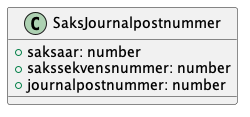
ks-no/fiks-saksfaser-specification keeps this PlantUML diagram as Dokumentasjon/V1/ClassDiagrams/no.ks.fiks.saksfaser.v1.felles.saksjournalpostnummer/classdiagram.png. Above is the earlier version.
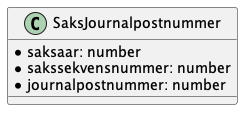
After the commit.

Diff of the diagram source:
```diff
@@ -1,9 +1,9 @@
 @startuml
 
 class SaksJournalpostnummer {
-    +saksaar: number
-    +sakssekvensnummer: number
-    +journalpostnummer: number
+    *saksaar: number
+    *sakssekvensnummer: number
+    *journalpostnummer: number
 }
 
 @enduml
```
